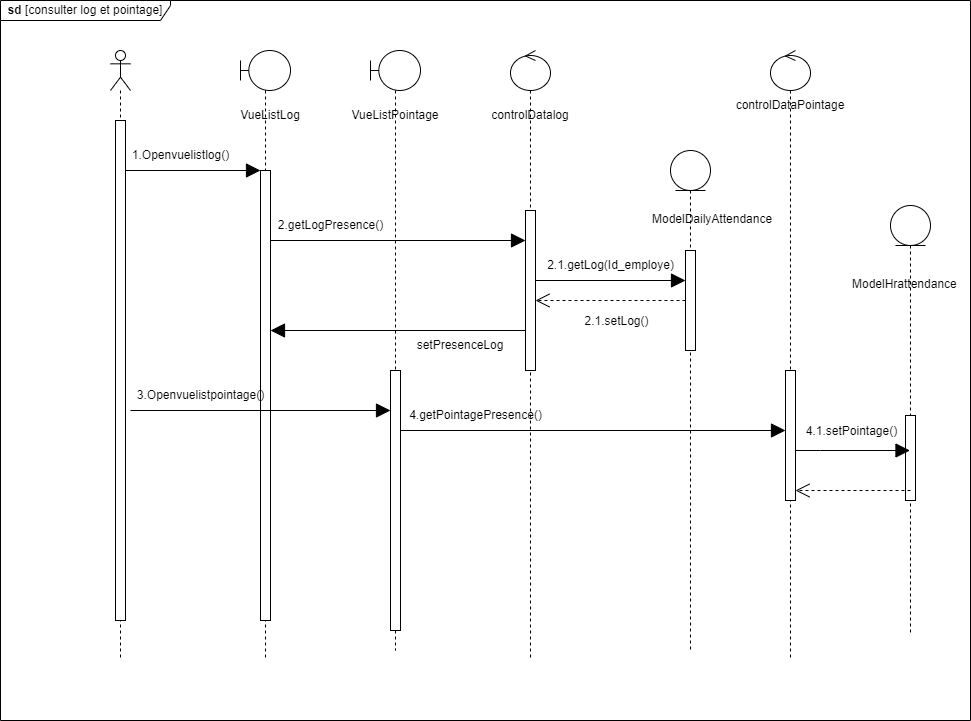
Above: static/Diagramme des séquences conceptuel  log et pointage .drawio.png in Siluearsene/borne_biometrique (draw.io), before the change. Source tidied: cells renumbered, new cells last; positions are measured from the earlier drawing's top-left corner, leaving out a move shared by most shapes.
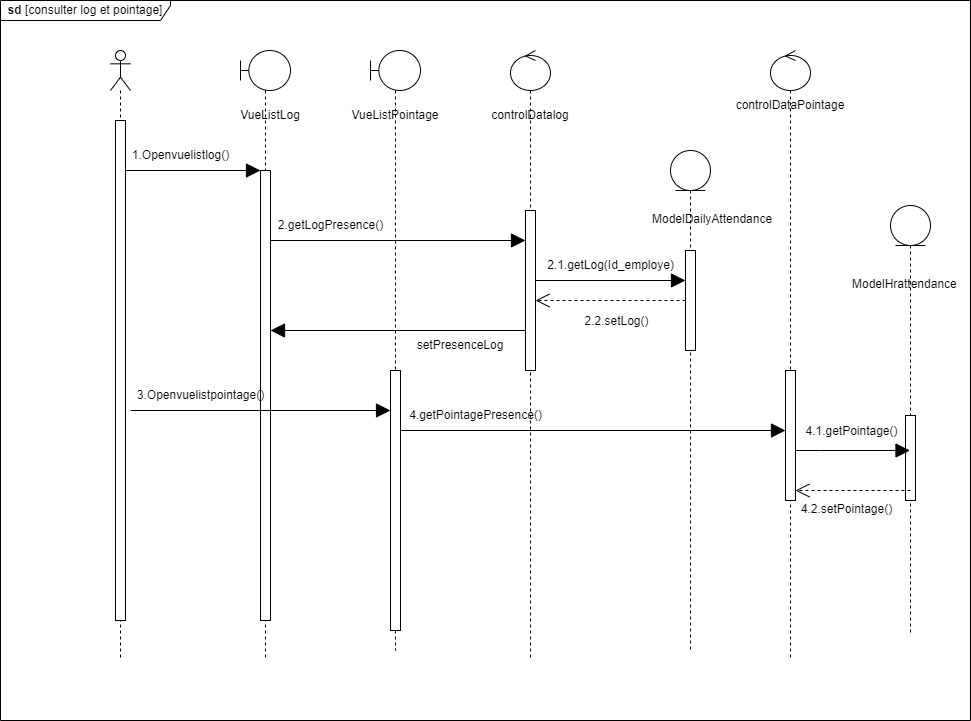
Later version of the same file.

Commit message:
Mettre à jour Diagramme des séquences conceptuel  log et pointage .drawio.png

What changed in the source:
```diff
@@ -75,7 +75,7 @@
     <mxCell id="23" style="endArrow=open;dashed=1;endFill=0;endSize=12;html=1;rounded=0;" parent="1" edge="1" source="22" target="16">
       <mxGeometry relative="1" as="geometry" />
     </mxCell>
-    <mxCell id="24" value="&lt;font style=&quot;font-size: 12px;&quot;&gt;2.1.setLog()&lt;/font&gt;" style="edgeLabel;html=1;align=center;verticalAlign=middle;" parent="23" vertex="1">
+    <mxCell id="24" value="&lt;font style=&quot;font-size: 12px;&quot;&gt;2.2.setLog()&lt;/font&gt;" style="edgeLabel;html=1;align=center;verticalAlign=middle;" parent="23" vertex="1">
       <mxGeometry x="0.04" y="5" relative="1" as="geometry">
         <mxPoint x="8" y="15" as="offset" />
       </mxGeometry>
@@ -135,10 +135,15 @@
         <mxPoint x="910" y="490" as="sourcePoint" />
       </mxGeometry>
     </mxCell>
-    <mxCell id="39" value="&lt;font style=&quot;font-size: 12px;&quot;&gt;4.1.setPointage()&lt;/font&gt;" style="edgeLabel;html=1;align=center;verticalAlign=middle;" parent="38" vertex="1">
+    <mxCell id="39" value="&lt;font style=&quot;font-size: 12px;&quot;&gt;4.1.getPointage()&lt;/font&gt;" style="edgeLabel;html=1;align=center;verticalAlign=middle;" parent="38" vertex="1">
       <mxGeometry x="0.04" y="5" relative="1" as="geometry">
         <mxPoint y="-65" as="offset" />
       </mxGeometry>
     </mxCell>
+    <mxCell id="40" value="&lt;font style=&quot;font-size: 12px;&quot;&gt;4.2.setPointage()&lt;/font&gt;" style="edgeLabel;html=1;align=center;verticalAlign=middle;" parent="1" vertex="1">
+      <mxGeometry x="850" y="510" as="geometry">
+        <mxPoint x="-5" y="-2" as="offset" />
+      </mxGeometry>
+    </mxCell>
   </root>
 </mxGraphModel>
```
